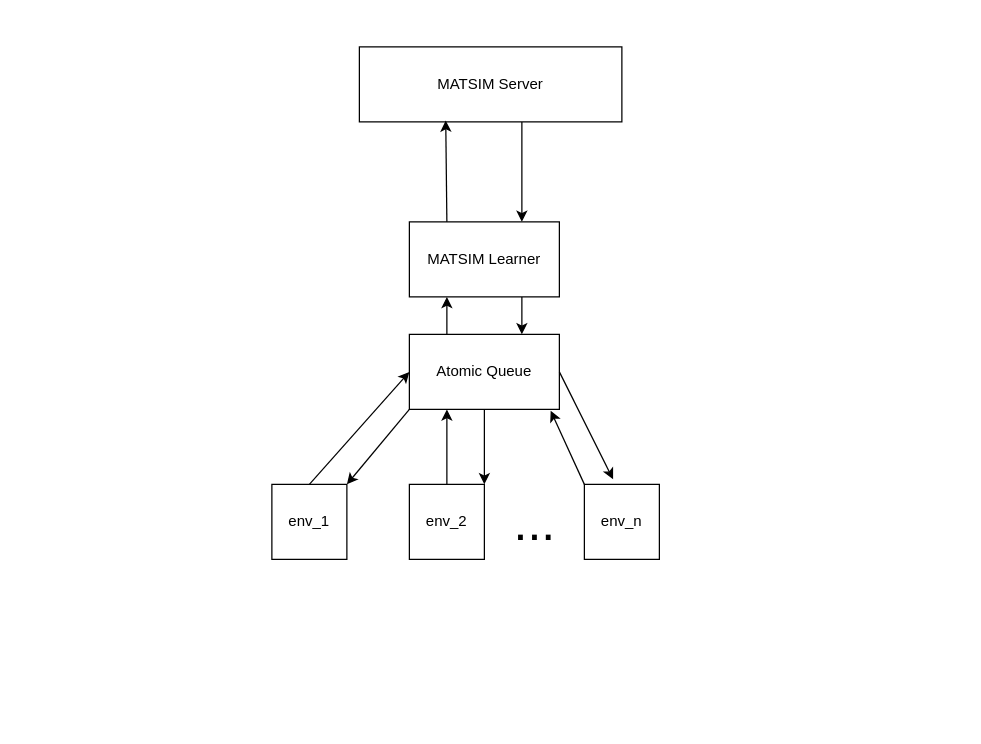
The draw.io diagram contribs/rlEvWireless/rlevmatsim/software.drawio in DIRECTLab/RLEVMatsim, before the edit. Source tidied: cells renumbered, new cells numbered last; positions are measured from the earlier drawing's top-left corner, leaving out a move shared by most shapes. Both pictures are drawn from the tidied source at 125%, with x=0, y=0 at pixel (271, 46).
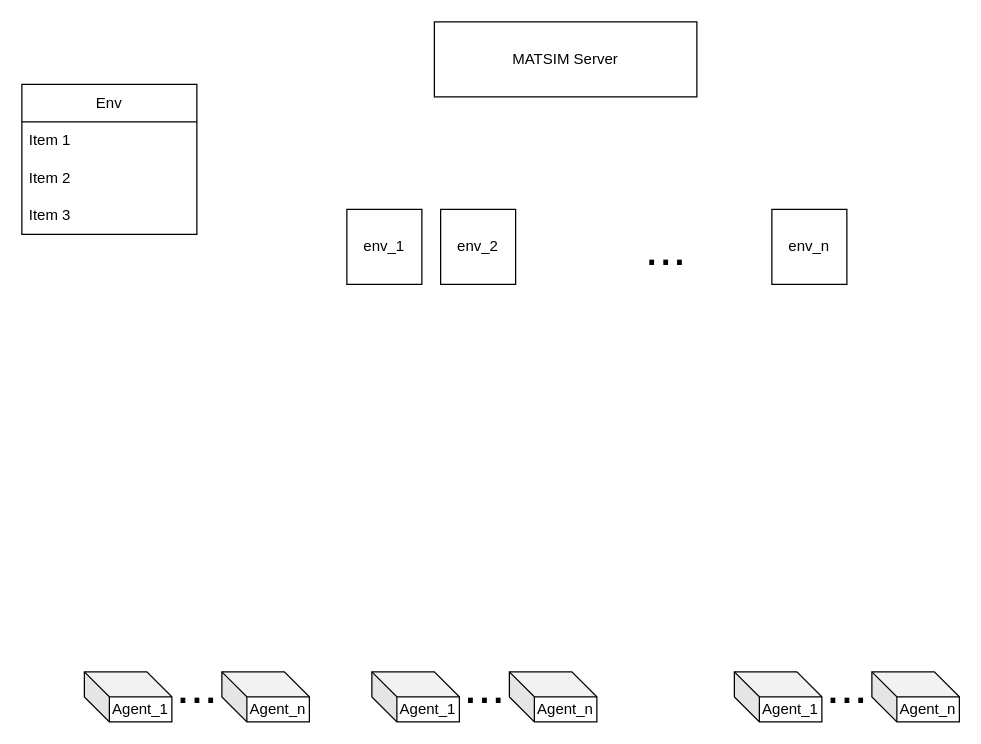
The same page after the edit.

Diff of the diagram source:
```diff
@@
 <mxGraphModel>
   <root>
     <mxCell id="0" />
     <mxCell id="1" parent="0" />
-    <mxCell id="2" style="edgeStyle=none;html=1;exitX=0.5;exitY=0;exitDx=0;exitDy=0;entryX=0;entryY=0.5;entryDx=0;entryDy=0;" parent="1" edge="1" source="3" target="15">
-      <mxGeometry relative="1" as="geometry" />
-    </mxCell>
     <mxCell id="3" value="env_1" style="whiteSpace=wrap;html=1;" parent="1" vertex="1">
-      <mxGeometry y="350" width="60" height="60" as="geometry" />
+      <mxGeometry x="60" y="130" width="60" height="60" as="geometry" />
     </mxCell>
-    <mxCell id="4" style="edgeStyle=none;html=1;exitX=0.5;exitY=0;exitDx=0;exitDy=0;entryX=0.25;entryY=1;entryDx=0;entryDy=0;" parent="1" edge="1" source="5" target="15">
-      <mxGeometry relative="1" as="geometry" />
-    </mxCell>
     <mxCell id="5" value="env_2" style="whiteSpace=wrap;html=1;" parent="1" vertex="1">
-      <mxGeometry x="110" y="350" width="60" height="60" as="geometry" />
+      <mxGeometry x="135" y="130" width="60" height="60" as="geometry" />
     </mxCell>
-    <mxCell id="6" style="edgeStyle=none;html=1;entryX=0.75;entryY=0;entryDx=0;entryDy=0;" parent="1" edge="1" target="9">
-      <mxGeometry relative="1" as="geometry">
-        <mxPoint x="200" y="60" as="sourcePoint" />
-      </mxGeometry>
-    </mxCell>
     <mxCell id="7" value="MATSIM Server" style="rounded=0;whiteSpace=wrap;html=1;" parent="1" vertex="1">
-      <mxGeometry x="70" width="210" height="60" as="geometry" />
+      <mxGeometry x="130" y="-20" width="210" height="60" as="geometry" />
     </mxCell>
-    <mxCell id="8" style="edgeStyle=none;html=1;exitX=0.75;exitY=1;exitDx=0;exitDy=0;entryX=0.75;entryY=0;entryDx=0;entryDy=0;" parent="1" edge="1" source="9" target="15">
-      <mxGeometry relative="1" as="geometry" />
-    </mxCell>
-    <mxCell id="9" value="MATSIM Learner" style="rounded=0;whiteSpace=wrap;html=1;" parent="1" vertex="1">
-      <mxGeometry x="110" y="140" width="120" height="60" as="geometry" />
-    </mxCell>
-    <mxCell id="10" style="edgeStyle=none;html=1;exitX=0.25;exitY=0;exitDx=0;exitDy=0;entryX=0.329;entryY=0.983;entryDx=0;entryDy=0;entryPerimeter=0;" parent="1" edge="1" source="9" target="7">
-      <mxGeometry relative="1" as="geometry" />
-    </mxCell>
     <mxCell id="11" value="env_n" style="whiteSpace=wrap;html=1;" parent="1" vertex="1">
-      <mxGeometry x="250" y="350" width="60" height="60" as="geometry" />
+      <mxGeometry x="400" y="130" width="60" height="60" as="geometry" />
     </mxCell>
-    <mxCell id="12" style="edgeStyle=none;html=1;exitX=0.25;exitY=0;exitDx=0;exitDy=0;entryX=0.25;entryY=1;entryDx=0;entryDy=0;" parent="1" edge="1" source="15" target="9">
-      <mxGeometry relative="1" as="geometry" />
-    </mxCell>
-    <mxCell id="13" style="edgeStyle=none;html=1;exitX=0;exitY=1;exitDx=0;exitDy=0;entryX=1;entryY=0;entryDx=0;entryDy=0;" parent="1" edge="1" source="15" target="3">
-      <mxGeometry relative="1" as="geometry" />
-    </mxCell>
-    <mxCell id="14" style="edgeStyle=none;html=1;exitX=0.5;exitY=1;exitDx=0;exitDy=0;entryX=1;entryY=0;entryDx=0;entryDy=0;" parent="1" edge="1" source="15" target="5">
-      <mxGeometry relative="1" as="geometry" />
-    </mxCell>
-    <mxCell id="15" value="Atomic Queue" style="rounded=0;whiteSpace=wrap;html=1;" parent="1" vertex="1">
-      <mxGeometry x="110" y="230" width="120" height="60" as="geometry" />
-    </mxCell>
     <mxCell id="16" value="&lt;font style=&quot;font-size: 40px;&quot;&gt;...&lt;/font&gt;" style="text;html=1;align=center;verticalAlign=middle;strokeColor=none;fillColor=none;" parent="1" vertex="1">
-      <mxGeometry x="180" y="350" width="60" height="60" as="geometry" />
+      <mxGeometry x="285" y="130" width="60" height="60" as="geometry" />
     </mxCell>
-    <mxCell id="17" style="edgeStyle=none;html=1;exitX=0;exitY=0;exitDx=0;exitDy=0;entryX=0.942;entryY=1.017;entryDx=0;entryDy=0;entryPerimeter=0;" parent="1" edge="1" source="11" target="15">
-      <mxGeometry relative="1" as="geometry" />
-    </mxCell>
-    <mxCell id="18" style="edgeStyle=none;html=1;exitX=1;exitY=0.5;exitDx=0;exitDy=0;entryX=0.383;entryY=-0.067;entryDx=0;entryDy=0;entryPerimeter=0;" parent="1" edge="1" source="15" target="11">
-      <mxGeometry relative="1" as="geometry" />
-    </mxCell>
+    <mxCell id="19" value="Agent_1" style="shape=cube;whiteSpace=wrap;html=1;boundedLbl=1;backgroundOutline=1;darkOpacity=0.05;darkOpacity2=0.1;" parent="1" vertex="1">
+      <mxGeometry x="-150" y="500" width="70" height="40" as="geometry" />
+    </mxCell>
+    <mxCell id="20" value="Agent_n" style="shape=cube;whiteSpace=wrap;html=1;boundedLbl=1;backgroundOutline=1;darkOpacity=0.05;darkOpacity2=0.1;" parent="1" vertex="1">
+      <mxGeometry x="-40" y="500" width="70" height="40" as="geometry" />
+    </mxCell>
+    <mxCell id="21" value="&lt;font style=&quot;font-size: 40px;&quot;&gt;...&lt;/font&gt;" style="text;html=1;align=center;verticalAlign=middle;strokeColor=none;fillColor=none;" parent="1" vertex="1">
+      <mxGeometry x="-90" y="480" width="60" height="60" as="geometry" />
+    </mxCell>
+    <mxCell id="22" value="Agent_1" style="shape=cube;whiteSpace=wrap;html=1;boundedLbl=1;backgroundOutline=1;darkOpacity=0.05;darkOpacity2=0.1;" parent="1" vertex="1">
+      <mxGeometry x="80" y="500" width="70" height="40" as="geometry" />
+    </mxCell>
+    <mxCell id="23" value="Agent_n" style="shape=cube;whiteSpace=wrap;html=1;boundedLbl=1;backgroundOutline=1;darkOpacity=0.05;darkOpacity2=0.1;" parent="1" vertex="1">
+      <mxGeometry x="190" y="500" width="70" height="40" as="geometry" />
+    </mxCell>
+    <mxCell id="24" value="&lt;font style=&quot;font-size: 40px;&quot;&gt;...&lt;/font&gt;" style="text;html=1;align=center;verticalAlign=middle;strokeColor=none;fillColor=none;" parent="1" vertex="1">
+      <mxGeometry x="140" y="480" width="60" height="60" as="geometry" />
+    </mxCell>
+    <mxCell id="25" value="Agent_1" style="shape=cube;whiteSpace=wrap;html=1;boundedLbl=1;backgroundOutline=1;darkOpacity=0.05;darkOpacity2=0.1;" parent="1" vertex="1">
+      <mxGeometry x="370" y="500" width="70" height="40" as="geometry" />
+    </mxCell>
+    <mxCell id="26" value="Agent_n" style="shape=cube;whiteSpace=wrap;html=1;boundedLbl=1;backgroundOutline=1;darkOpacity=0.05;darkOpacity2=0.1;" parent="1" vertex="1">
+      <mxGeometry x="480" y="500" width="70" height="40" as="geometry" />
+    </mxCell>
+    <mxCell id="27" value="&lt;font style=&quot;font-size: 40px;&quot;&gt;...&lt;/font&gt;" style="text;html=1;align=center;verticalAlign=middle;strokeColor=none;fillColor=none;" parent="1" vertex="1">
+      <mxGeometry x="430" y="480" width="60" height="60" as="geometry" />
+    </mxCell>
+    <mxCell id="28" value="Env" style="swimlane;fontStyle=0;horizontal=1;startSize=30;whiteSpace=wrap;html=1;" parent="1" vertex="1">
+      <mxGeometry x="-200" y="30" width="140" height="120" as="geometry" />
+    </mxCell>
+    <mxCell id="29" value="Item 1" style="text;strokeColor=none;fillColor=none;align=left;verticalAlign=middle;spacingLeft=4;spacingRight=4;overflow=hidden;whiteSpace=wrap;html=1;" parent="28" vertex="1">
+      <mxGeometry y="30" width="140" height="30" as="geometry" />
+    </mxCell>
+    <mxCell id="30" value="Item 2" style="text;strokeColor=none;fillColor=none;align=left;verticalAlign=middle;spacingLeft=4;spacingRight=4;overflow=hidden;whiteSpace=wrap;html=1;" parent="28" vertex="1">
+      <mxGeometry y="60" width="140" height="30" as="geometry" />
+    </mxCell>
+    <mxCell id="31" value="Item 3" style="text;strokeColor=none;fillColor=none;align=left;verticalAlign=middle;spacingLeft=4;spacingRight=4;overflow=hidden;whiteSpace=wrap;html=1;" parent="28" vertex="1">
+      <mxGeometry y="90" width="140" height="30" as="geometry" />
+    </mxCell>
   </root>
 </mxGraphModel>
```
